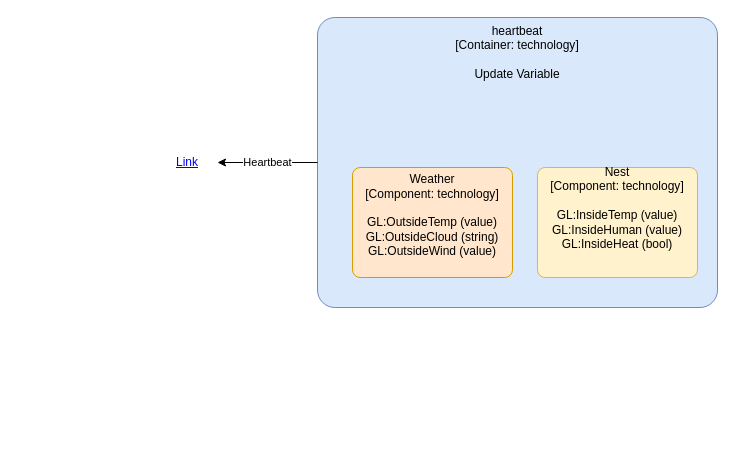
The draw.io diagram page "Externe Variable" (3 of 3) of smart-home.drawio in pcmvanveen/Ginlong-Solar-InfluxDB-MQTT, before the edit. Source tidied: cells renumbered, new cells numbered last; positions are measured from the earlier drawing's top-left corner, leaving out a move shared by most shapes. Both pictures are drawn from the tidied source at 100%, with x=0, y=0 at pixel (157, 17).
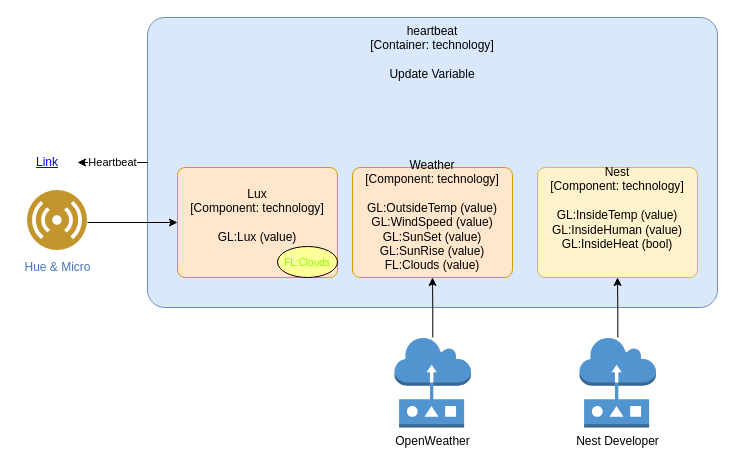
Above is the later version.

Diff of the diagram source:
```diff
@@
 <mxGraphModel>
   <root>
     <mxCell id="0" />
     <mxCell id="1" parent="0" />
     <mxCell id="2" value="&lt;span&gt;heartbeat&lt;/span&gt;&lt;div&gt;[Container:&amp;nbsp;&lt;span&gt;technology&lt;/span&gt;&lt;span&gt;]&lt;/span&gt;&lt;/div&gt;&lt;div&gt;&lt;br&gt;&lt;/div&gt;&lt;div&gt;Update Variable&lt;/div&gt;" style="rounded=1;whiteSpace=wrap;html=1;labelBackgroundColor=none;fillColor=#dae8fc;fontColor=#000000;align=center;arcSize=6;strokeColor=#6c8ebf;verticalAlign=top;" parent="1" vertex="1">
-      <mxGeometry x="160" width="400" height="290" as="geometry" />
+      <mxGeometry x="-10" width="570" height="290" as="geometry" />
     </mxCell>
     <mxCell id="3" value="&lt;span&gt;Nest&lt;/span&gt;&lt;div&gt;[Component:&amp;nbsp;&lt;span&gt;technology&lt;/span&gt;&lt;span&gt;]&lt;/span&gt;&lt;/div&gt;&lt;div&gt;&lt;br&gt;&lt;/div&gt;&lt;div&gt;GL:InsideTemp (value)&lt;/div&gt;&lt;div&gt;GL:InsideHuman (value)&lt;br&gt;GL:InsideHeat (bool)&lt;/div&gt;&lt;div&gt;&lt;br&gt;&lt;/div&gt;&lt;div&gt;&lt;br&gt;&lt;/div&gt;" style="rounded=1;whiteSpace=wrap;html=1;labelBackgroundColor=none;fillColor=#fff2cc;align=center;arcSize=7;strokeColor=#d6b656;" parent="1" vertex="1">
       <mxGeometry x="380" y="150" width="160" height="110" as="geometry" />
     </mxCell>
-    <mxCell id="4" value="&lt;span&gt;Weather&lt;/span&gt;&lt;div&gt;[Component:&amp;nbsp;&lt;span&gt;technology&lt;/span&gt;&lt;span&gt;]&lt;/span&gt;&lt;/div&gt;&lt;div&gt;&lt;br&gt;&lt;/div&gt;&lt;div&gt;GL:OutsideTemp (value)&lt;/div&gt;&lt;div&gt;GL:OutsideCloud (string)&lt;/div&gt;&lt;div&gt;GL:OutsideWind (value)&lt;/div&gt;&lt;div&gt;&lt;br&gt;&lt;/div&gt;" style="rounded=1;whiteSpace=wrap;html=1;labelBackgroundColor=none;fillColor=#ffe6cc;align=center;arcSize=7;strokeColor=#d79b00;" parent="1" vertex="1">
+    <mxCell id="4" value="&lt;span&gt;Weather&lt;/span&gt;&lt;div&gt;[Component:&amp;nbsp;&lt;span&gt;technology&lt;/span&gt;&lt;span&gt;]&lt;/span&gt;&lt;/div&gt;&lt;div&gt;&lt;br&gt;&lt;/div&gt;&lt;div&gt;GL:OutsideTemp (value)&lt;/div&gt;&lt;div&gt;&lt;span&gt;GL:WindSpeed (value)&lt;/span&gt;&lt;br&gt;&lt;/div&gt;&lt;div&gt;GL:SunSet (value)&lt;/div&gt;&lt;div&gt;GL:SunRise (value)&lt;/div&gt;&lt;div&gt;FL:Clouds (value)&lt;/div&gt;&lt;div&gt;&lt;br&gt;&lt;/div&gt;" style="rounded=1;whiteSpace=wrap;html=1;labelBackgroundColor=none;fillColor=#ffe6cc;align=center;arcSize=7;strokeColor=#d79b00;" parent="1" vertex="1">
       <mxGeometry x="195" y="150" width="160" height="110" as="geometry" />
     </mxCell>
     <mxCell id="5" value="Heartbeat" style="edgeStyle=orthogonalEdgeStyle;rounded=0;jettySize=auto;html=1;exitX=0;exitY=0.5;exitDx=0;exitDy=0;entryX=1;entryY=0.5;entryDx=0;entryDy=0;" parent="1" edge="1" source="2" target="6">
       <mxGeometry relative="1" as="geometry" />
     </mxCell>
     <mxCell id="6" value="Link" style="text;html=1;strokeColor=none;fillColor=none;whiteSpace=wrap;align=center;verticalAlign=middle;fontColor=#0000EE;fontStyle=4;" parent="1" vertex="1">
-      <mxGeometry y="125" width="60" height="40" as="geometry" />
+      <mxGeometry x="-140" y="125" width="60" height="40" as="geometry" />
     </mxCell>
+    <mxCell id="7" value="&lt;span&gt;Lux&lt;/span&gt;&lt;div&gt;[Component:&amp;nbsp;&lt;span&gt;technology&lt;/span&gt;&lt;span&gt;]&lt;/span&gt;&lt;/div&gt;&lt;div&gt;&lt;br&gt;&lt;/div&gt;&lt;div&gt;GL:Lux (value)&lt;/div&gt;&lt;div&gt;&lt;br&gt;&lt;/div&gt;" style="rounded=1;whiteSpace=wrap;html=1;labelBackgroundColor=none;fillColor=#ffe6cc;align=center;arcSize=7;strokeColor=#d79b00;" parent="1" vertex="1">
+      <mxGeometry x="20" y="150" width="160" height="110" as="geometry" />
+    </mxCell>
+    <mxCell id="8" style="edgeStyle=orthogonalEdgeStyle;rounded=0;jettySize=auto;html=1;entryX=0;entryY=0.5;entryDx=0;entryDy=0;" parent="1" edge="1" source="9" target="7">
+      <mxGeometry relative="1" as="geometry">
+        <Array as="points">
+          <mxPoint x="20" y="205" />
+          <mxPoint x="20" y="205" />
+        </Array>
+      </mxGeometry>
+    </mxCell>
+    <mxCell id="9" value="Hue &amp;amp; Micro" style="perimeter=ellipsePerimeter;html=1;align=center;shadow=0;dashed=0;fontColor=#4277BB;labelBackgroundColor=#ffffff;fontSize=12;spacingTop=3;image;image=img/lib/ibm/users/sensor.svg;" parent="1" vertex="1">
+      <mxGeometry x="-130" y="173" width="60" height="60" as="geometry" />
+    </mxCell>
+    <mxCell id="10" style="edgeStyle=orthogonalEdgeStyle;rounded=0;jettySize=auto;html=1;" parent="1" edge="1" source="11" target="4">
+      <mxGeometry relative="1" as="geometry" />
+    </mxCell>
+    <mxCell id="11" value="OpenWeather" style="outlineConnect=0;dashed=0;verticalLabelPosition=bottom;verticalAlign=top;align=center;html=1;shape=mxgraph.aws3.sensor;fillColor=#5294CF;gradientColor=none;" parent="1" vertex="1">
+      <mxGeometry x="237" y="320" width="76.5" height="90" as="geometry" />
+    </mxCell>
+    <mxCell id="12" style="edgeStyle=orthogonalEdgeStyle;rounded=0;jettySize=auto;html=1;" parent="1" edge="1" source="13" target="3">
+      <mxGeometry relative="1" as="geometry" />
+    </mxCell>
+    <mxCell id="13" value="Nest Developer" style="outlineConnect=0;dashed=0;verticalLabelPosition=bottom;verticalAlign=top;align=center;html=1;shape=mxgraph.aws3.sensor;fillColor=#5294CF;gradientColor=none;" parent="1" vertex="1">
+      <mxGeometry x="422" y="320" width="76.5" height="90" as="geometry" />
+    </mxCell>
+    <mxCell id="14" value="FL:Clouds" style="fillColor=#ffff99;whiteSpace=wrap;shape=ellipse;html=1;fontSize=10;fontColor=#80FF00;" parent="1" vertex="1">
+      <mxGeometry x="120" y="229" width="60" height="31" as="geometry" />
+    </mxCell>
   </root>
 </mxGraphModel>
```
